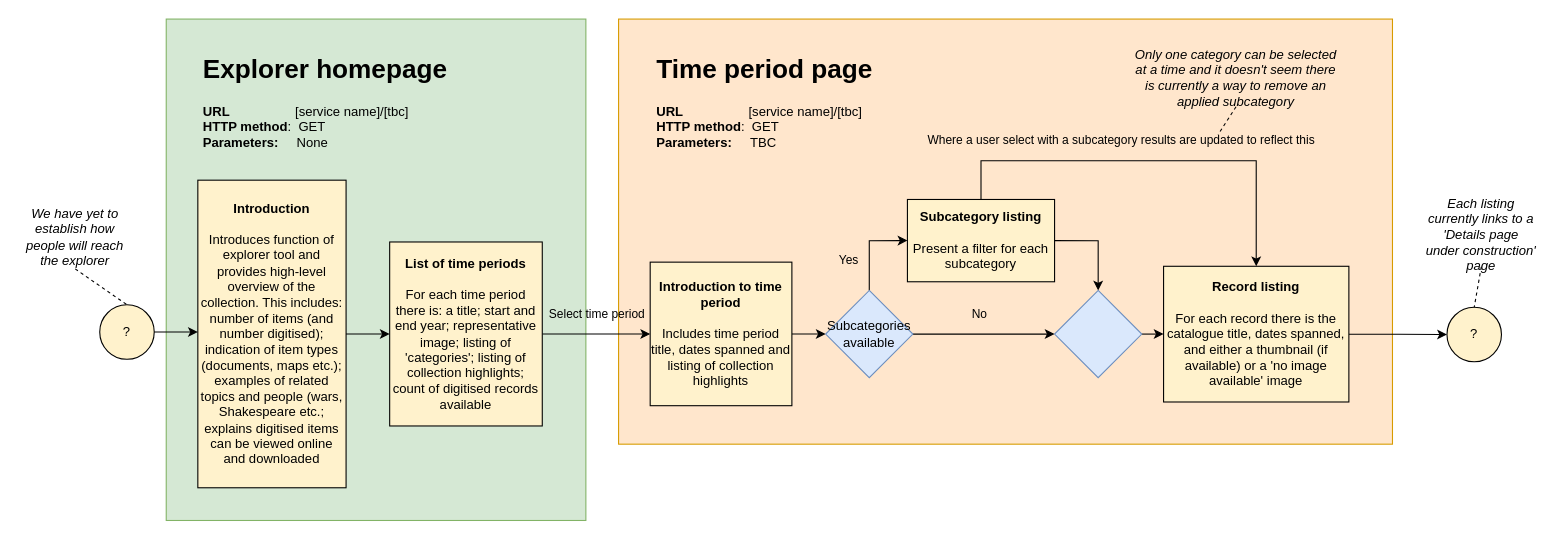
Above: iterations/flows/iteration_two.drawio in nationalarchives/ds-etna-explorer (draw.io), before the change. Source tidied: cells renumbered, new cells numbered last; positions are measured from the earlier drawing's top-left corner, leaving out a move shared by most shapes. Both pictures are drawn from the tidied source at 109%, with x=0, y=0 at pixel (19, 19).
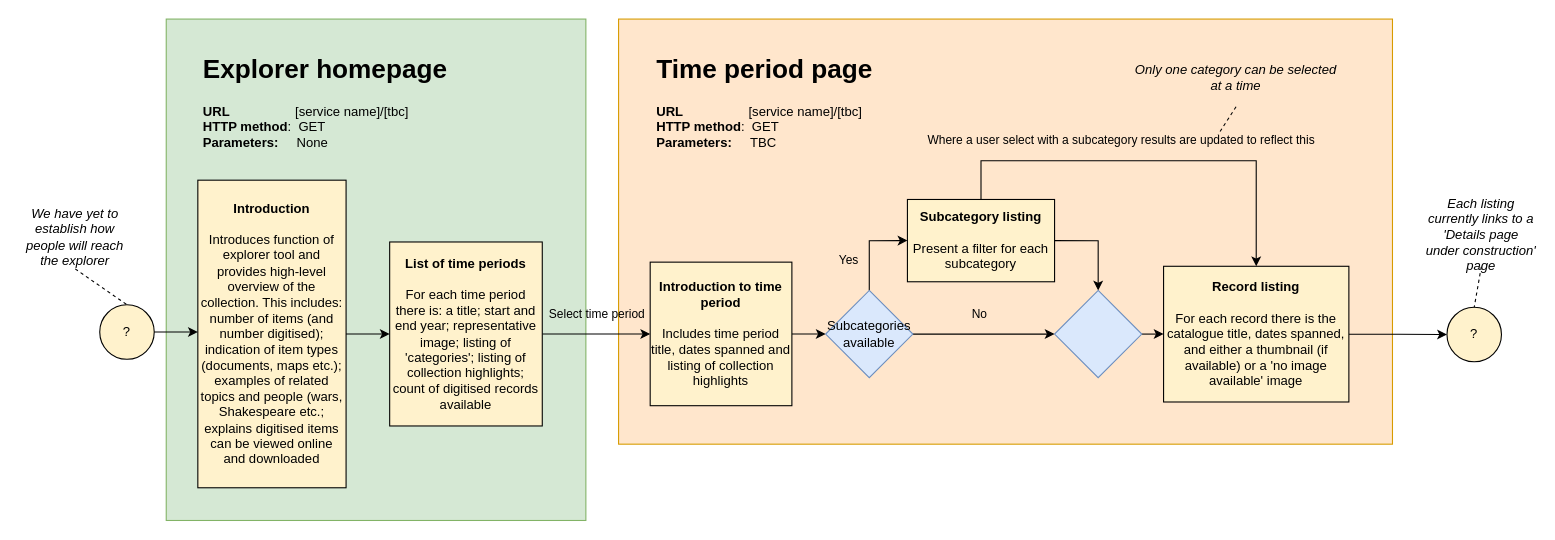
The same page after the edit.

Commit message (it also covers changes not shown here):
Update flow to reflect presence of 'None' as subcategory option

The edit, as a diff of the source:
```diff
@@
-    <mxCell id="33" value="Only one category can be selected at a time and it doesn't seem there is currently a way to remove an applied subcategory" style="text;html=1;strokeColor=none;fillColor=none;align=center;verticalAlign=middle;whiteSpace=wrap;rounded=0;fontStyle=2;" parent="1" vertex="1">
+    <mxCell id="33" value="Only one category can be selected at a time" style="text;html=1;strokeColor=none;fillColor=none;align=center;verticalAlign=middle;whiteSpace=wrap;rounded=0;fontStyle=2;" parent="1" vertex="1">
       <mxGeometry x="1020" y="26.5" width="193" height="54" as="geometry" />
     </mxCell>
```
